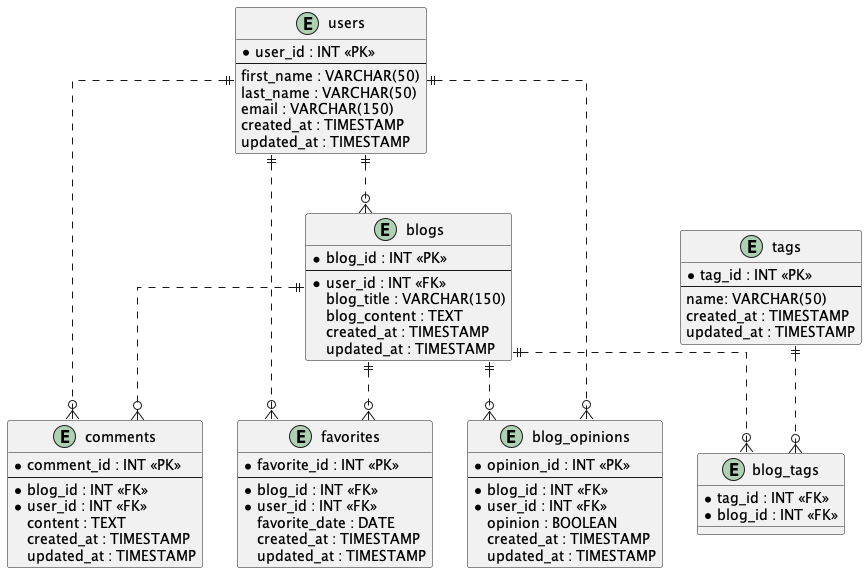
Earlier version of the PlantUML export imgs/blog-oper-db.png (StackZack/blogs-data-pipeline). The source it was exported from:
```plantuml
@startuml

skinparam linetype ortho

entity "users" as users {
  *user_id : INT <<PK>>
  --
  first_name : VARCHAR(50)
  last_name : VARCHAR(50)
  email : VARCHAR(150)
  created_at : TIMESTAMP
  updated_at : TIMESTAMP
}

entity "blogs" as blogs {
  *blog_id : INT <<PK>>
  --
  *user_id : INT <<FK>>
  blog_title : VARCHAR(150)
  blog_content : TEXT
  created_at : TIMESTAMP
  updated_at : TIMESTAMP
}

entity "comments" as comments {
  *comment_id : INT <<PK>>
  --
  *blog_id : INT <<FK>>
  *user_id : INT <<FK>>
  content : TEXT
  created_at : TIMESTAMP
  updated_at : TIMESTAMP
}

entity "favorites" as favorites {
  *favorite_id : INT <<PK>>
  --
  *blog_id : INT <<FK>>
  *user_id : INT <<FK>>
  favorite_date : DATE
  created_at : TIMESTAMP
  updated_at : TIMESTAMP
}

entity "blog_opinions" as blog_opinions {
  *opinion_id : INT <<PK>>
  --
  *blog_id : INT <<FK>>
  *user_id : INT <<FK>>
  opinion : BOOLEAN
  created_at : TIMESTAMP
  updated_at : TIMESTAMP
}

entity "tags" as tags {
  *tag_id : INT <<PK>>
  --
  name: VARCHAR(50)
  created_at : TIMESTAMP
  updated_at : TIMESTAMP
}

entity "blog_tags" as blog_tags {
  *tag_id : INT <<FK>>
  *blog_id : INT <<FK>>
}

users ||..o{ blogs
users ||..o{ comments
blogs ||..o{ comments
users ||..o{ favorites
blogs ||..o{ favorites
users ||..o{ blog_opinions
blogs ||..o{ blog_opinions
tags ||..o{ blog_tags
blogs ||..o{ blog_tags

@enduml
```
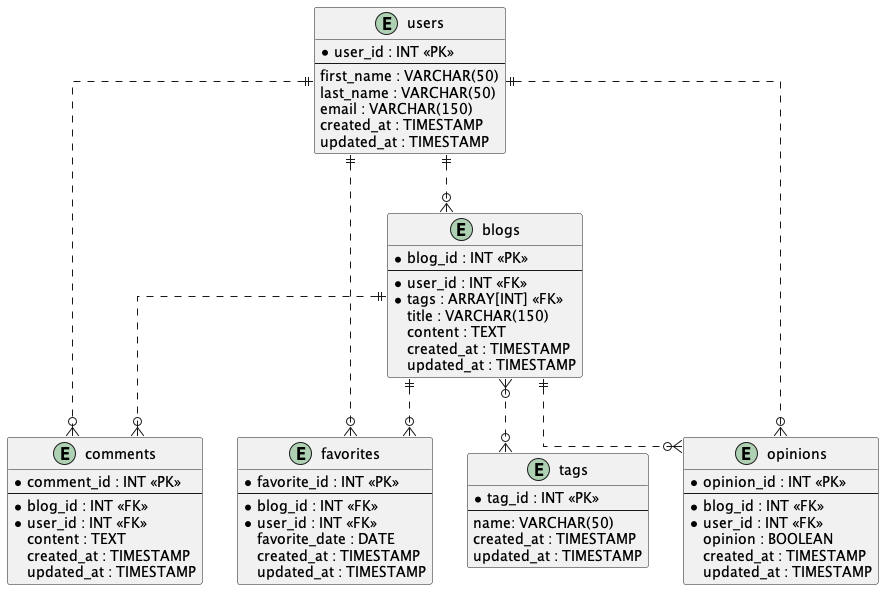
After the change.

The edit, as a diff of the source:
```diff
@@ -16,8 +16,9 @@
   *blog_id : INT <<PK>>
   --
   *user_id : INT <<FK>>
-  blog_title : VARCHAR(150)
-  blog_content : TEXT
+  *tags : ARRAY[INT] <<FK>>
+  title : VARCHAR(150)
+  content : TEXT
   created_at : TIMESTAMP
   updated_at : TIMESTAMP
 }
@@ -42,7 +43,7 @@
   updated_at : TIMESTAMP
 }
 
-entity "blog_opinions" as blog_opinions {
+entity "opinions" as opinions {
   *opinion_id : INT <<PK>>
   --
   *blog_id : INT <<FK>>
@@ -60,19 +61,13 @@
   updated_at : TIMESTAMP
 }
 
-entity "blog_tags" as blog_tags {
-  *tag_id : INT <<FK>>
-  *blog_id : INT <<FK>>
-}
-
 users ||..o{ blogs
 users ||..o{ comments
 blogs ||..o{ comments
 users ||..o{ favorites
 blogs ||..o{ favorites
-users ||..o{ blog_opinions
-blogs ||..o{ blog_opinions
-tags ||..o{ blog_tags
-blogs ||..o{ blog_tags
+users ||..o{ opinions
+blogs ||..o{ opinions
+blogs }o..o{ tags
 
 @enduml
```
